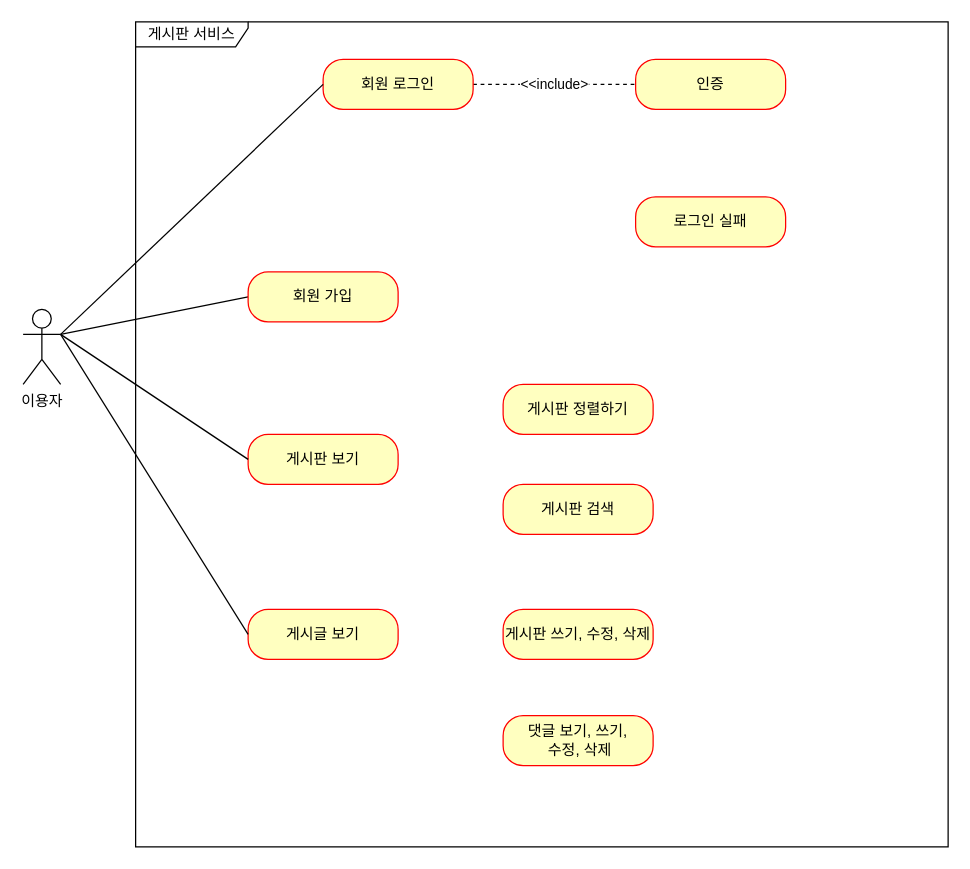
Before: document/제목 없는 다이어그램.drawio in ChangwookYang/fastcampus-project-board, a draw.io diagram. Source tidied: cells renumbered, new cells numbered last; positions are measured from the earlier drawing's top-left corner, leaving out a move shared by most shapes. Both pictures are drawn from the tidied source at 125%, with x=0, y=0 at pixel (22, 21).
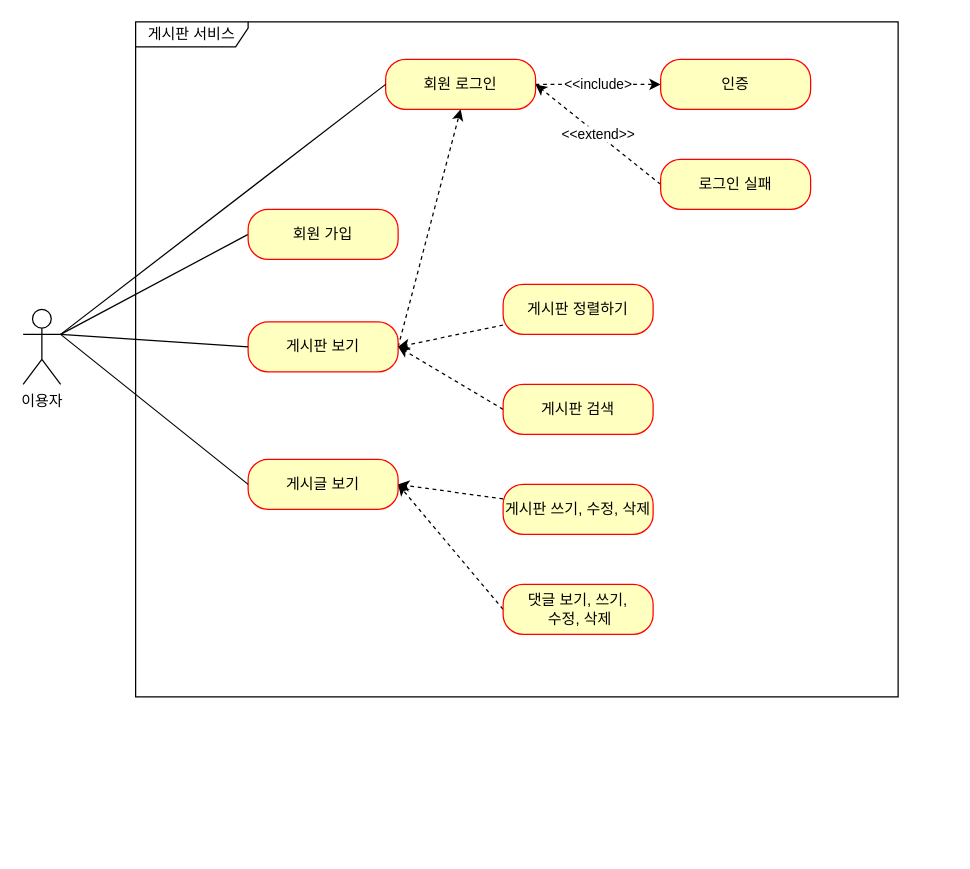
The same page after the edit.

Commit message:
board-use-diagram

The edit, as a diff of the source:
```diff
@@
     <mxCell id="3" value="게시판 서비스" style="shape=umlFrame;whiteSpace=wrap;html=1;width=90;height=20;" parent="1" vertex="1">
-      <mxGeometry x="90" width="650" height="660" as="geometry" />
+      <mxGeometry x="90" width="610" height="540" as="geometry" />
     </mxCell>
@@
     <mxCell id="5" value="회원 가입" style="rounded=1;whiteSpace=wrap;html=1;arcSize=40;fontColor=#000000;fillColor=#ffffc0;strokeColor=#ff0000;" parent="1" vertex="1">
-      <mxGeometry x="180" y="200" width="120" height="40" as="geometry" />
+      <mxGeometry x="180" y="150" width="120" height="40" as="geometry" />
     </mxCell>
+    <mxCell id="19" style="edgeStyle=none;rounded=0;jettySize=auto;html=1;entryX=0.5;entryY=1;entryDx=0;entryDy=0;dashed=1;startArrow=none;startFill=0;endArrow=classic;endFill=1;exitX=1;exitY=0.5;exitDx=0;exitDy=0;" parent="1" edge="1" source="6" target="9">
+      <mxGeometry relative="1" as="geometry" />
+    </mxCell>
     <mxCell id="6" value="게시판 보기" style="rounded=1;whiteSpace=wrap;html=1;arcSize=40;fontColor=#000000;fillColor=#ffffc0;strokeColor=#ff0000;" parent="1" vertex="1">
-      <mxGeometry x="180" y="330" width="120" height="40" as="geometry" />
+      <mxGeometry x="180" y="240" width="120" height="40" as="geometry" />
     </mxCell>
     <mxCell id="7" value="게시글 보기" style="rounded=1;whiteSpace=wrap;html=1;arcSize=40;fontColor=#000000;fillColor=#ffffc0;strokeColor=#ff0000;" parent="1" vertex="1">
-      <mxGeometry x="180" y="470" width="120" height="40" as="geometry" />
+      <mxGeometry x="180" y="350" width="120" height="40" as="geometry" />
     </mxCell>
-    <mxCell id="8" value="&amp;lt;&amp;lt;include&amp;gt;" style="edgeStyle=none;rounded=0;jettySize=auto;html=1;entryX=0;entryY=0.5;entryDx=0;entryDy=0;endArrow=none;endFill=0;dashed=1;" parent="1" edge="1" source="9" target="11">
+    <mxCell id="8" value="&amp;lt;&amp;lt;include&amp;gt;" style="edgeStyle=none;rounded=0;jettySize=auto;html=1;entryX=0;entryY=0.5;entryDx=0;entryDy=0;endArrow=classic;endFill=1;dashed=1;startArrow=none;startFill=0;" parent="1" edge="1" source="9" target="11">
       <mxGeometry relative="1" as="geometry" />
     </mxCell>
     <mxCell id="9" value="회원 로그인" style="rounded=1;whiteSpace=wrap;html=1;arcSize=40;fontColor=#000000;fillColor=#ffffc0;strokeColor=#ff0000;" parent="1" vertex="1">
-      <mxGeometry x="240" y="30" width="120" height="40" as="geometry" />
+      <mxGeometry x="290" y="30" width="120" height="40" as="geometry" />
     </mxCell>
+    <mxCell id="20" style="edgeStyle=none;rounded=0;jettySize=auto;html=1;entryX=1;entryY=0.5;entryDx=0;entryDy=0;dashed=1;startArrow=none;startFill=0;endArrow=classic;endFill=1;" parent="1" edge="1" source="10" target="6">
+      <mxGeometry relative="1" as="geometry" />
+    </mxCell>
     <mxCell id="10" value="게시판 정렬하기" style="rounded=1;whiteSpace=wrap;html=1;arcSize=40;fontColor=#000000;fillColor=#ffffc0;strokeColor=#ff0000;" parent="1" vertex="1">
-      <mxGeometry x="384" y="290" width="120" height="40" as="geometry" />
+      <mxGeometry x="384" y="210" width="120" height="40" as="geometry" />
     </mxCell>
     <mxCell id="11" value="인증" style="rounded=1;whiteSpace=wrap;html=1;arcSize=40;fontColor=#000000;fillColor=#ffffc0;strokeColor=#ff0000;" parent="1" vertex="1">
-      <mxGeometry x="490" y="30" width="120" height="40" as="geometry" />
+      <mxGeometry x="510" y="30" width="120" height="40" as="geometry" />
     </mxCell>
+    <mxCell id="21" value="&amp;lt;&amp;lt;extend&amp;gt;&amp;gt;" style="edgeStyle=none;rounded=0;jettySize=auto;html=1;entryX=1;entryY=0.5;entryDx=0;entryDy=0;dashed=1;startArrow=none;startFill=0;endArrow=classic;endFill=1;exitX=0;exitY=0.5;exitDx=0;exitDy=0;" parent="1" edge="1" source="12" target="9">
+      <mxGeometry relative="1" as="geometry" />
+    </mxCell>
     <mxCell id="12" value="로그인 실패" style="rounded=1;whiteSpace=wrap;html=1;arcSize=40;fontColor=#000000;fillColor=#ffffc0;strokeColor=#ff0000;" parent="1" vertex="1">
-      <mxGeometry x="490" y="140" width="120" height="40" as="geometry" />
+      <mxGeometry x="510" y="110" width="120" height="40" as="geometry" />
     </mxCell>
+    <mxCell id="22" style="edgeStyle=none;rounded=0;jettySize=auto;html=1;entryX=1;entryY=0.5;entryDx=0;entryDy=0;dashed=1;startArrow=none;startFill=0;endArrow=classic;endFill=1;exitX=0;exitY=0.5;exitDx=0;exitDy=0;" parent="1" edge="1" source="13" target="6">
+      <mxGeometry relative="1" as="geometry" />
+    </mxCell>
     <mxCell id="13" value="게시판 검색" style="rounded=1;whiteSpace=wrap;html=1;arcSize=40;fontColor=#000000;fillColor=#ffffc0;strokeColor=#ff0000;" parent="1" vertex="1">
-      <mxGeometry x="384" y="370" width="120" height="40" as="geometry" />
+      <mxGeometry x="384" y="290" width="120" height="40" as="geometry" />
     </mxCell>
+    <mxCell id="23" style="edgeStyle=none;rounded=0;jettySize=auto;html=1;entryX=1;entryY=0.5;entryDx=0;entryDy=0;dashed=1;startArrow=none;startFill=0;endArrow=classic;endFill=1;" parent="1" edge="1" source="14" target="7">
+      <mxGeometry relative="1" as="geometry" />
+    </mxCell>
     <mxCell id="14" value="게시판 쓰기, 수정, 삭제" style="rounded=1;whiteSpace=wrap;html=1;arcSize=40;fontColor=#000000;fillColor=#ffffc0;strokeColor=#ff0000;" parent="1" vertex="1">
-      <mxGeometry x="384" y="470" width="120" height="40" as="geometry" />
+      <mxGeometry x="384" y="370" width="120" height="40" as="geometry" />
     </mxCell>
+    <mxCell id="24" style="edgeStyle=none;rounded=0;jettySize=auto;html=1;dashed=1;startArrow=none;startFill=0;endArrow=classic;endFill=1;exitX=0;exitY=0.5;exitDx=0;exitDy=0;" parent="1" edge="1" source="15">
+      <mxGeometry relative="1" as="geometry">
+        <mxPoint x="300" y="370" as="targetPoint" />
+      </mxGeometry>
+    </mxCell>
     <mxCell id="15" value="댓글 보기, 쓰기,&lt;br&gt;&amp;nbsp;수정, 삭제" style="rounded=1;whiteSpace=wrap;html=1;arcSize=40;fontColor=#000000;fillColor=#ffffc0;strokeColor=#ff0000;" parent="1" vertex="1">
-      <mxGeometry x="384" y="555" width="120" height="40" as="geometry" />
+      <mxGeometry x="384" y="450" width="120" height="40" as="geometry" />
     </mxCell>
@@
+    <mxCell id="25" style="edgeStyle=none;rounded=0;orthogonalLoop=1;jettySize=auto;html=1;exitX=0.5;exitY=1;exitDx=0;exitDy=0;dashed=1;startArrow=none;startFill=0;endArrow=classic;endFill=1;" parent="1" edge="1" source="12" target="12">
+      <mxGeometry relative="1" as="geometry" />
+    </mxCell>
```
